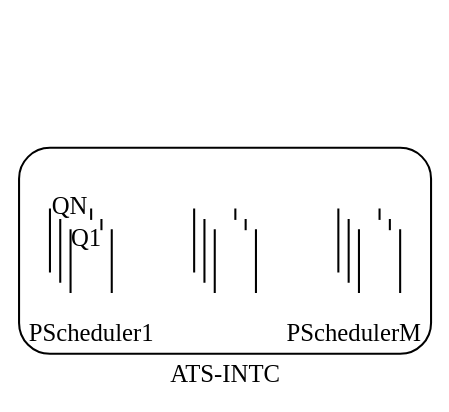
Earlier version of the draw.io diagram assets/pscheduler.drawio (oscourse-tsinghua/openingreport-zfliang2023). Source tidied: cells renumbered, new cells numbered last; positions are measured from the earlier drawing's top-left corner, leaving out a move shared by most shapes. Both pictures are drawn from the tidied source at 103%, with x=0, y=0 at pixel (19, 147).
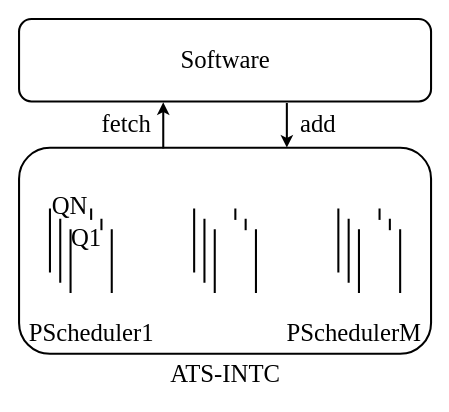
Above is the later version.

Unchanged cells that the change refers to:
```xml
<mxCell id="2" style="rounded=1;whiteSpace=wrap;html=1;strokeWidth=2;" parent="1" vertex="1">
  <mxGeometry width="400" height="200" as="geometry" />
</mxCell>
```

The edit, as a diff of the source:
```diff
@@
+    <mxCell id="20" style="endArrow=classic;html=1;strokeWidth=2;entryX=0.35;entryY=1.01;entryDx=0;entryDy=0;entryPerimeter=0;exitX=0.35;exitY=0.003;exitDx=0;exitDy=0;exitPerimeter=0;" parent="1" edge="1" source="2" target="22">
+      <mxGeometry relative="1" as="geometry" />
+    </mxCell>
+    <mxCell id="21" style="endArrow=classic;html=1;strokeWidth=2;exitX=0.65;exitY=1.019;exitDx=0;exitDy=0;exitPerimeter=0;entryX=0.65;entryY=-0.001;entryDx=0;entryDy=0;entryPerimeter=0;" parent="1" edge="1" source="22" target="2">
+      <mxGeometry relative="1" as="geometry" />
+    </mxCell>
+    <mxCell id="22" style="rounded=1;whiteSpace=wrap;html=1;strokeWidth=2;" parent="1" vertex="1">
+      <mxGeometry y="-125" width="400" height="80" as="geometry" />
+    </mxCell>
+    <mxCell id="23" value="&lt;font face=&quot;Times New Roman&quot; style=&quot;font-size: 24px;&quot;&gt;Software&lt;/font&gt;" style="text;html=1;align=center;verticalAlign=middle;strokeColor=none;fillColor=none;" parent="1" vertex="1">
+      <mxGeometry x="145" y="-105" width="110" height="40" as="geometry" />
+    </mxCell>
+    <mxCell id="24" value="&lt;font face=&quot;Times New Roman&quot;&gt;&lt;span style=&quot;font-size: 24px;&quot;&gt;add&lt;/span&gt;&lt;/font&gt;" style="text;html=1;align=center;verticalAlign=middle;strokeColor=none;fillColor=none;" parent="1" vertex="1">
+      <mxGeometry x="260" y="-43" width="60" height="40" as="geometry" />
+    </mxCell>
+    <mxCell id="25" value="&lt;font face=&quot;Times New Roman&quot; style=&quot;font-size: 24px;&quot;&gt;fetch&lt;/font&gt;" style="text;html=1;align=center;verticalAlign=middle;strokeColor=none;fillColor=none;" parent="1" vertex="1">
+      <mxGeometry x="69" y="-43" width="70" height="40" as="geometry" />
+    </mxCell>
```
